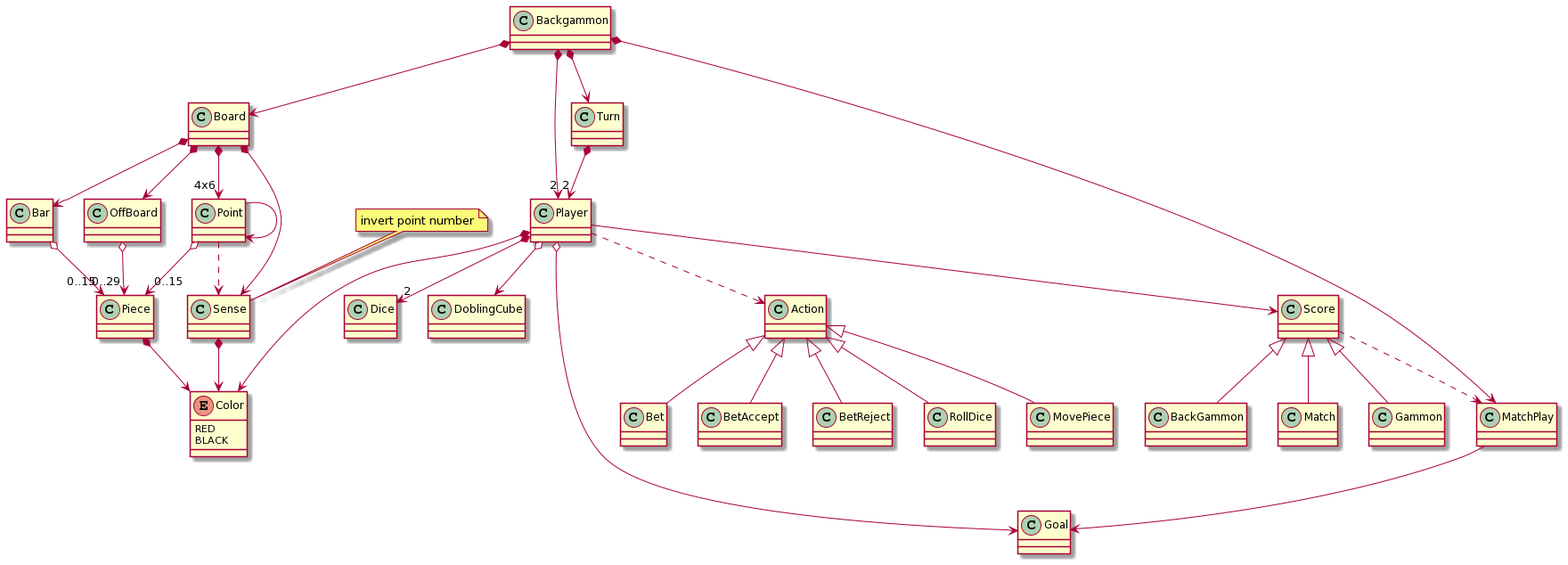
Above: docs/domain_model/domain_model.png in USantaTecla-game-backgammon/backgammon (PlantUML), before the change.
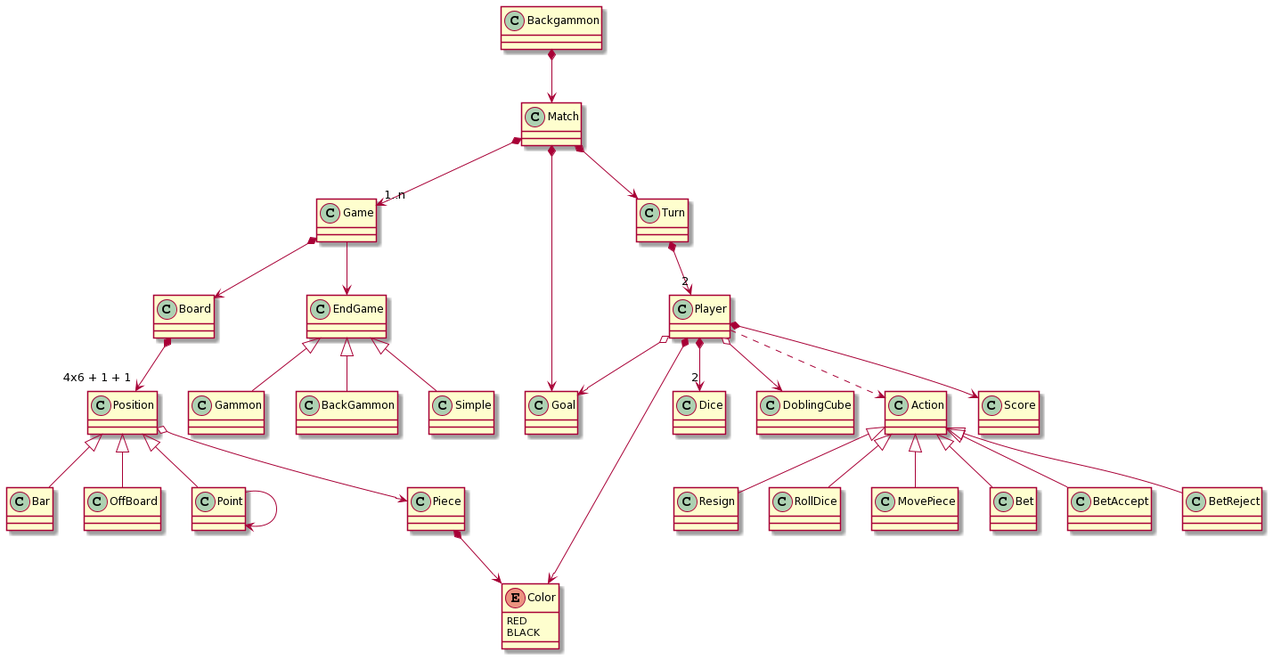
The same diagram one commit later.

Commit message:
Update domain_model and analysis diagrams

What changed in the source:
```diff
@@ -1,7 +1,12 @@
 @startuml
 class Backgammon{}
 
+class Goal {}
+class Match {}
+class Game {}
+
 class Board{}
+class Position {}
 
 class OffBoard{}
 
@@ -16,10 +21,8 @@
 }
 
 class Goal{}
-
 class Bar{}
 
-class MatchPlay{}
 
 class Turn{}
 
@@ -29,13 +32,13 @@
 
 class DoblingCube{}
 
-class Match{}
+class Simple {}
 
 class Gammon{}
 
 class BackGammon{}
 
-class Score{}
+class EndGame{}
 
 class Action {}
 class RollDice {}
@@ -44,35 +47,31 @@
 class BetAccept {}
 class BetReject {}
 
-class Sense{}
-note top: invert point number
+Backgammon *--> Match
+Match *--> Goal
 
-Player --> Score
-Score ..> MatchPlay
-MatchPlay --> Goal
-Match -up-|> Score
-Gammon -up-|> Score
-BackGammon -up-|> Score
-Backgammon *--> MatchPlay
-Backgammon *--> Board
-Backgammon *--> Turn
+Match *--> "1..n" Game
+Match *--> Turn
+
+Player *--> Score
+Game --> EndGame
+EndGame <|-- Simple
+EndGame <|-- Gammon
+EndGame <|-- BackGammon
+
+Game *--> Board
 Player o--> DoblingCube
 Turn *--> "2" Player
-Backgammon *--> "2" Player
-Board *--> "4x6" Point
-Board *--> Bar
-Board *--> OffBoard
+
+Board *--> "4x6 + 1 + 1" Position
+Position o--> Piece
+Position <|-- Point
+Position <|-- Bar
+Position <|-- OffBoard
+
 Player *--> Color
 Piece *--> Color
 Point --> Point
-
-Board *--> Sense
-Sense *--> Color
-Point ..> Sense
-
-OffBoard o--> "0..29" Piece
-Bar o--> "0..15" Piece
-Point o--> "0..15" Piece
 
 Player *--> "2" Dice
 Player o--> Goal
@@ -83,4 +82,5 @@
 Action <|-- Bet
 Action <|-- BetAccept
 Action <|-- BetReject
+Action <|-- Resign
 @enduml
```
